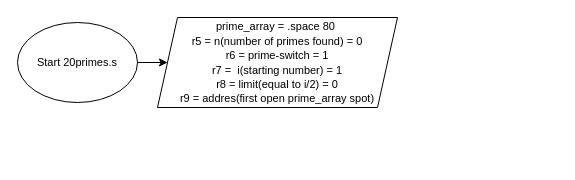
amirabdullahi1/gold keeps this draw.io diagram as ECE 255/20primes.sFlowChart.drawio. Above is the earlier version. Source tidied: cells renumbered, new cells numbered last; positions are measured from the earlier drawing's top-left corner, leaving out a move shared by most shapes. Both pictures are drawn from the tidied source at 100%, with x=0, y=0 at pixel (17, 17).
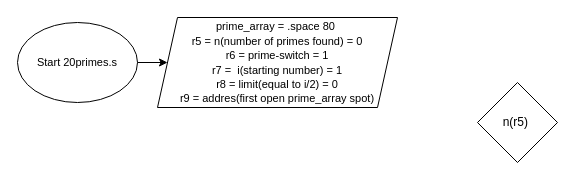
Above is the later version.

Change to the diagram source:
```diff
@@
 <mxGraphModel>
   <root>
     <mxCell id="0" />
     <mxCell id="1" parent="0" />
     <mxCell id="2" style="edgeStyle=orthogonalEdgeStyle;rounded=0;jettySize=auto;html=1;" parent="1" edge="1" source="3" target="4">
       <mxGeometry relative="1" as="geometry" />
     </mxCell>
     <mxCell id="3" value="Start 20primes.s" style="ellipse;whiteSpace=wrap;html=1;fontSize=11;" parent="1" vertex="1">
       <mxGeometry y="5" width="120" height="80" as="geometry" />
     </mxCell>
     <mxCell id="4" value="&lt;font style=&quot;font-size: 11px;&quot;&gt;prime_array = .space 80&amp;nbsp;&lt;/font&gt;&lt;div&gt;&lt;font style=&quot;font-size: 11px;&quot;&gt;r5 = n(number of primes found) = 0&lt;/font&gt;&lt;/div&gt;&lt;div&gt;&lt;font style=&quot;font-size: 11px;&quot;&gt;r6 = prime-switch = 1&lt;/font&gt;&lt;/div&gt;&lt;div&gt;&lt;font style=&quot;font-size: 11px;&quot;&gt;r7 =&amp;nbsp; i(starting number) = 1&lt;/font&gt;&lt;/div&gt;&lt;div&gt;&lt;font style=&quot;font-size: 11px;&quot;&gt;r8 = limit(equal to i/2) = 0&lt;/font&gt;&lt;/div&gt;&lt;div&gt;&lt;font style=&quot;font-size: 11px;&quot;&gt;r9 = addres(first open prime_array spot)&lt;/font&gt;&lt;/div&gt;" style="shape=parallelogram;perimeter=parallelogramPerimeter;whiteSpace=wrap;html=1;fixedSize=1;" parent="1" vertex="1">
       <mxGeometry x="140" width="240" height="90" as="geometry" />
     </mxCell>
+    <mxCell id="5" value="n(r5)&amp;nbsp;" style="rhombus;whiteSpace=wrap;html=1;" parent="1" vertex="1">
+      <mxGeometry x="460" y="65" width="80" height="80" as="geometry" />
+    </mxCell>
   </root>
 </mxGraphModel>
```
